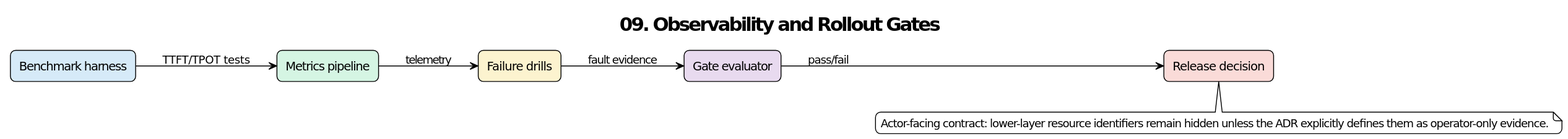
Before: diagrams/adr/ADR-009_Observability_Benchmarking_and_Rollout_Gates.svg, a diagram exported from PlantUML (yukon-systems/StorOps__Project_Coherent_Storage).
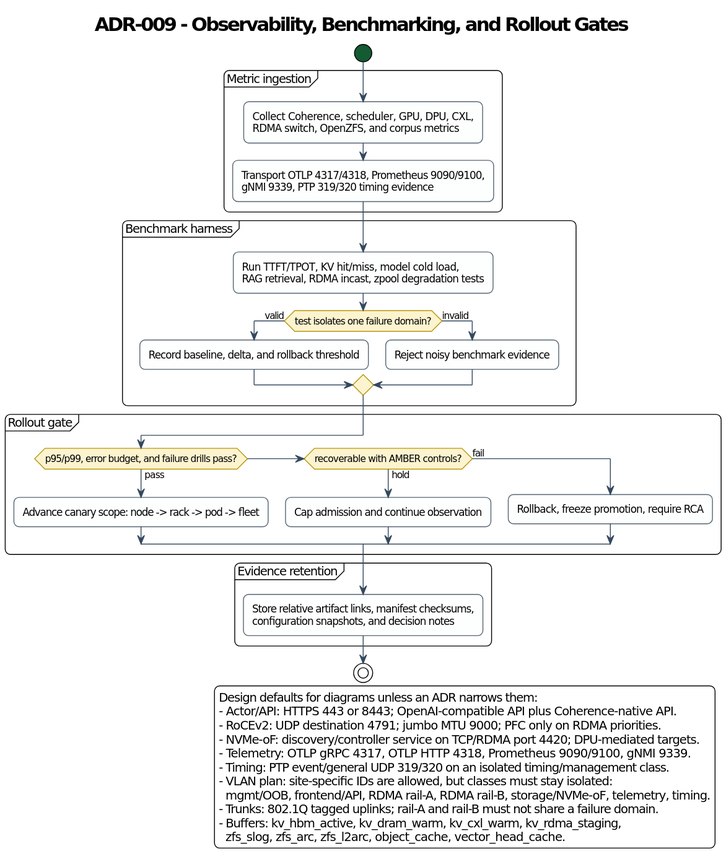
The same file after the commit.

The edit, as a diff of the source:
```diff
@@ -1,23 +1,61 @@
 @startuml
 !theme plain
-title 09. Observability and Rollout Gates
 skinparam shadowing false
 skinparam roundcorner 12
 skinparam defaultFontName DejaVu Sans
-left to right direction
+skinparam ArrowColor #34495E
+skinparam activity {
+  BackgroundColor #FDFEFE
+  BorderColor #566573
+  DiamondBackgroundColor #FCF3CF
+  DiamondBorderColor #B7950B
+  StartColor #145A32
+  EndColor #922B21
+}
+skinparam note {
+  BackgroundColor #FEF9E7
+  BorderColor #B7950B
+}
+title ADR-009 - Observability, Benchmarking, and Rollout Gates
 
-rectangle "Benchmark harness" as N1 #D6EAF8
-rectangle "Metrics pipeline" as N2 #D5F5E3
-rectangle "Failure drills" as N3 #FCF3CF
-rectangle "Gate evaluator" as N4 #E8DAEF
-rectangle "Release decision" as N5 #FADBD8
+legend right
+Design defaults for diagrams unless an ADR narrows them:
+- Actor/API: HTTPS 443 or 8443; OpenAI-compatible API plus Coherence-native API.
+- RoCEv2: UDP destination 4791; jumbo MTU 9000; PFC only on RDMA priorities.
+- NVMe-oF: discovery/controller service on TCP/RDMA port 4420; DPU-mediated targets.
+- Telemetry: OTLP gRPC 4317, OTLP HTTP 4318, Prometheus 9090/9100, gNMI 9339.
+- Timing: PTP event/general UDP 319/320 on an isolated timing/management class.
+- VLAN plan: site-specific IDs are allowed, but classes must stay isolated:
+  mgmt/OOB, frontend/API, RDMA rail-A, RDMA rail-B, storage/NVMe-oF, telemetry, timing.
+- Trunks: 802.1Q tagged uplinks; rail-A and rail-B must not share a failure domain.
+- Buffers: kv_hbm_active, kv_dram_warm, kv_cxl_warm, kv_rdma_staging,
+  zfs_slog, zfs_arc, zfs_l2arc, object_cache, vector_head_cache.
+endlegend
 
-N1 --> N2 : TTFT/TPOT tests
-N2 --> N3 : telemetry
-N3 --> N4 : fault evidence
-N4 --> N5 : pass/fail
-
-note bottom
-Actor-facing contract: lower-layer resource identifiers remain hidden unless the ADR explicitly defines them as operator-only evidence.
-end note
+start
+partition "Metric ingestion" {
+  :Collect Coherence, scheduler, GPU, DPU, CXL,\nRDMA switch, OpenZFS, and corpus metrics;
+  :Transport OTLP 4317/4318, Prometheus 9090/9100,\ngNMI 9339, PTP 319/320 timing evidence;
+}
+partition "Benchmark harness" {
+  :Run TTFT/TPOT, KV hit/miss, model cold load,\nRAG retrieval, RDMA incast, zpool degradation tests;
+  if (test isolates one failure domain?) then (valid)
+    :Record baseline, delta, and rollback threshold;
+  else (invalid)
+    :Reject noisy benchmark evidence;
+  endif
+}
+partition "Rollout gate" {
+  if (p95/p99, error budget, and failure drills pass?) then (pass)
+    :Advance canary scope: node -> rack -> pod -> fleet;
+  elseif (recoverable with AMBER controls?) then (hold)
+    :Cap admission and continue observation;
+  else (fail)
+    :Rollback, freeze promotion, require RCA;
+  endif
+}
+partition "Evidence retention" {
+  :Store relative artifact links, manifest checksums,\nconfiguration snapshots, and decision notes;
+}
+stop
 @enduml
```
